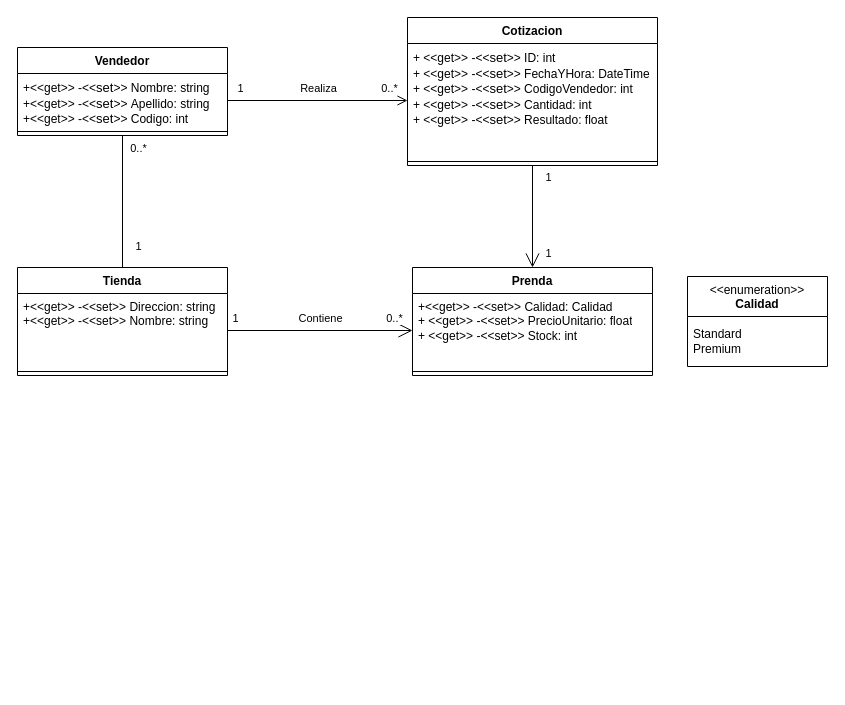
Above: Diagramas/DiagramaModelo.drawio in santi9865/Tanodi-DesafioFinal (draw.io), before the change. Source tidied: cells renumbered, new cells numbered last; positions are measured from the earlier drawing's top-left corner, leaving out a move shared by most shapes. Both pictures are drawn from the tidied source at 100%, with x=0, y=0 at pixel (17, 17).
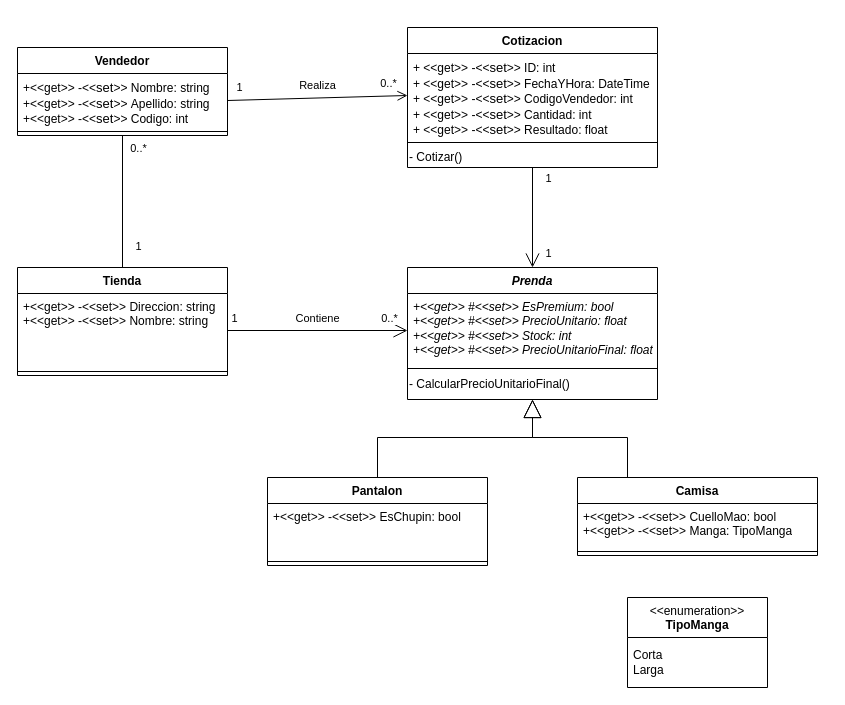
The same page after the edit.

Commit message:
Actualizado el diagrama a Parte C

The edit, as a diff of the source:
```diff
@@
     <mxCell id="6" value="Cotizacion" style="swimlane;fontStyle=1;align=center;verticalAlign=top;horizontal=1;startSize=26;whiteSpace=wrap;html=1;" parent="1" vertex="1">
-      <mxGeometry x="390" width="250" height="148" as="geometry" />
+      <mxGeometry x="390" y="10" width="250" height="140" as="geometry" />
     </mxCell>
     <mxCell id="7" value="+ &amp;lt;&amp;lt;get&amp;gt;&amp;gt;&amp;nbsp;-&amp;lt;&amp;lt;&lt;span style=&quot;background-color: transparent; font-family: inherit; font-style: inherit; font-variant: inherit; font-weight: inherit; color: var(--highlight-keyword); margin: 0px; padding: 0px; border: 0px; font-stretch: inherit; line-height: inherit; font-optical-sizing: inherit; font-kerning: inherit; font-feature-settings: inherit; font-variation-settings: inherit; font-size: 13px; vertical-align: baseline; box-sizing: inherit;&quot; class=&quot;hljs-keyword&quot;&gt;set&lt;/span&gt;&lt;span style=&quot;background-color: transparent; font-family: inherit; font-size: var(--_pr-code-fs); font-style: inherit; font-variant-ligatures: inherit; font-variant-caps: inherit; font-weight: inherit; color: var(--highlight-color);&quot;&gt;&amp;gt;&amp;gt;&lt;/span&gt;&lt;span style=&quot;background-color: initial;&quot;&gt;&amp;nbsp;ID: int&lt;/span&gt;&lt;br&gt;+ &amp;lt;&amp;lt;get&amp;gt;&amp;gt;&amp;nbsp;-&amp;lt;&amp;lt;&lt;span style=&quot;background-color: transparent; font-family: inherit; font-style: inherit; font-variant: inherit; font-weight: inherit; color: var(--highlight-keyword); margin: 0px; padding: 0px; border: 0px; font-stretch: inherit; line-height: inherit; font-optical-sizing: inherit; font-kerning: inherit; font-feature-settings: inherit; font-variation-settings: inherit; font-size: 13px; vertical-align: baseline; box-sizing: inherit;&quot; class=&quot;hljs-keyword&quot;&gt;set&lt;/span&gt;&lt;span style=&quot;background-color: transparent; font-family: inherit; font-size: var(--_pr-code-fs); font-style: inherit; font-variant-ligatures: inherit; font-variant-caps: inherit; font-weight: inherit; color: var(--highlight-color);&quot;&gt;&amp;gt;&amp;gt;&lt;/span&gt;&lt;span style=&quot;background-color: initial;&quot;&gt;&amp;nbsp;FechaYHora: DateTime&lt;/span&gt;&lt;br&gt;+ &amp;lt;&amp;lt;get&amp;gt;&amp;gt;&amp;nbsp;-&amp;lt;&amp;lt;&lt;span style=&quot;background-color: transparent; font-family: inherit; font-style: inherit; font-variant: inherit; font-weight: inherit; color: var(--highlight-keyword); margin: 0px; padding: 0px; border: 0px; font-stretch: inherit; line-height: inherit; font-optical-sizing: inherit; font-kerning: inherit; font-feature-settings: inherit; font-variation-settings: inherit; font-size: 13px; vertical-align: baseline; box-sizing: inherit;&quot; class=&quot;hljs-keyword&quot;&gt;set&lt;/span&gt;&lt;span style=&quot;background-color: transparent; font-family: inherit; font-size: var(--_pr-code-fs); font-style: inherit; font-variant-ligatures: inherit; font-variant-caps: inherit; font-weight: inherit; color: var(--highlight-color);&quot;&gt;&amp;gt;&amp;gt;&lt;/span&gt;&lt;span style=&quot;background-color: initial;&quot;&gt;&amp;nbsp;CodigoVendedor: int&lt;/span&gt;&lt;br&gt;+ &amp;lt;&amp;lt;get&amp;gt;&amp;gt;&amp;nbsp;-&amp;lt;&amp;lt;&lt;span style=&quot;background-color: transparent; font-family: inherit; font-style: inherit; font-variant: inherit; font-weight: inherit; color: var(--highlight-keyword); margin: 0px; padding: 0px; border: 0px; font-stretch: inherit; line-height: inherit; font-optical-sizing: inherit; font-kerning: inherit; font-feature-settings: inherit; font-variation-settings: inherit; font-size: 13px; vertical-align: baseline; box-sizing: inherit;&quot; class=&quot;hljs-keyword&quot;&gt;set&lt;/span&gt;&lt;span style=&quot;background-color: transparent; font-family: inherit; font-size: var(--_pr-code-fs); font-style: inherit; font-variant-ligatures: inherit; font-variant-caps: inherit; font-weight: inherit; color: var(--highlight-color);&quot;&gt;&amp;gt;&amp;gt;&amp;nbsp;&lt;/span&gt;&lt;span style=&quot;background-color: initial;&quot;&gt;Cantidad: int&lt;/span&gt;&lt;br&gt;+ &amp;lt;&amp;lt;get&amp;gt;&amp;gt; -&amp;lt;&amp;lt;&lt;span style=&quot;background-color: transparent; font-family: inherit; font-style: inherit; font-variant: inherit; font-weight: inherit; color: var(--highlight-keyword); margin: 0px; padding: 0px; border: 0px; font-stretch: inherit; line-height: inherit; font-optical-sizing: inherit; font-kerning: inherit; font-feature-settings: inherit; font-variation-settings: inherit; font-size: 13px; vertical-align: baseline; box-sizing: inherit;&quot; class=&quot;hljs-keyword&quot;&gt;set&lt;/span&gt;&lt;span style=&quot;background-color: transparent; font-family: inherit; font-size: var(--_pr-code-fs); font-style: inherit; font-variant-ligatures: inherit; font-variant-caps: inherit; font-weight: inherit; color: var(--highlight-color);&quot;&gt;&amp;gt;&amp;gt;&amp;nbsp;&lt;/span&gt;&lt;span style=&quot;background-color: initial;&quot;&gt;Resultado: float&lt;/span&gt;" style="text;strokeColor=none;fillColor=none;align=left;verticalAlign=top;spacingLeft=4;spacingRight=4;overflow=hidden;points=[[0,0.5],[1,0.5]];portConstraint=eastwest;whiteSpace=wrap;html=1;" parent="6" vertex="1">
-      <mxGeometry y="26" width="250" height="114" as="geometry" />
+      <mxGeometry y="26" width="250" height="84" as="geometry" />
     </mxCell>
     <mxCell id="8" style="line;strokeWidth=1;fillColor=none;align=left;verticalAlign=middle;spacingTop=-1;spacingLeft=3;spacingRight=3;labelPosition=right;strokeColor=inherit;" parent="6" vertex="1">
-      <mxGeometry y="140" width="250" height="8" as="geometry" />
+      <mxGeometry y="110" width="250" height="10" as="geometry" />
     </mxCell>
+    <mxCell id="31" value="- Cotizar()" style="text;html=1;align=left;verticalAlign=middle;strokeColor=none;fillColor=none;" parent="6" vertex="1">
+      <mxGeometry y="120" width="250" height="20" as="geometry" />
+    </mxCell>
@@
-    <mxCell id="16" value="Prenda" style="swimlane;fontStyle=1;align=center;verticalAlign=top;horizontal=1;startSize=26;whiteSpace=wrap;html=1;" parent="1" vertex="1">
-      <mxGeometry x="395" y="250" width="240" height="108" as="geometry" />
+    <mxCell id="16" value="&lt;i&gt;Prenda&lt;/i&gt;" style="swimlane;fontStyle=1;align=center;verticalAlign=top;horizontal=1;startSize=26;whiteSpace=wrap;html=1;" parent="1" vertex="1">
+      <mxGeometry x="390" y="250" width="250" height="132" as="geometry" />
     </mxCell>
-    <mxCell id="17" value="+&amp;lt;&amp;lt;get&amp;gt;&amp;gt; -&amp;lt;&amp;lt;set&amp;gt;&amp;gt; Calidad: Calidad&lt;br&gt;+ &amp;lt;&amp;lt;get&amp;gt;&amp;gt; -&amp;lt;&amp;lt;set&amp;gt;&amp;gt; PrecioUnitario: float&lt;br&gt;+ &amp;lt;&amp;lt;get&amp;gt;&amp;gt; -&amp;lt;&amp;lt;set&amp;gt;&amp;gt; Stock: int" style="text;strokeColor=none;fillColor=none;align=left;verticalAlign=top;spacingLeft=4;spacingRight=4;overflow=hidden;points=[[0,0.5],[1,0.5]];portConstraint=eastwest;whiteSpace=wrap;html=1;" parent="16" vertex="1">
-      <mxGeometry y="26" width="240" height="74" as="geometry" />
+    <mxCell id="17" value="&lt;i&gt;+&amp;lt;&amp;lt;get&amp;gt;&amp;gt; #&amp;lt;&amp;lt;set&amp;gt;&amp;gt; EsPremium: bool&lt;br&gt;+&amp;lt;&amp;lt;get&amp;gt;&amp;gt; #&amp;lt;&amp;lt;set&amp;gt;&amp;gt; PrecioUnitario: float&lt;br&gt;+&amp;lt;&amp;lt;get&amp;gt;&amp;gt; #&amp;lt;&amp;lt;set&amp;gt;&amp;gt; Stock: int&lt;br&gt;+&amp;lt;&amp;lt;get&amp;gt;&amp;gt; #&amp;lt;&amp;lt;set&amp;gt;&amp;gt; PrecioUnitarioFinal: float&lt;br&gt;&lt;/i&gt;" style="text;strokeColor=none;fillColor=none;align=left;verticalAlign=top;spacingLeft=4;spacingRight=4;overflow=hidden;points=[[0,0.5],[1,0.5]];portConstraint=eastwest;whiteSpace=wrap;html=1;" parent="16" vertex="1">
+      <mxGeometry y="26" width="250" height="74" as="geometry" />
     </mxCell>
     <mxCell id="18" style="line;strokeWidth=1;fillColor=none;align=left;verticalAlign=middle;spacingTop=-1;spacingLeft=3;spacingRight=3;labelPosition=right;strokeColor=inherit;" parent="16" vertex="1">
-      <mxGeometry y="100" width="240" height="8" as="geometry" />
+      <mxGeometry y="100" width="250" height="2" as="geometry" />
     </mxCell>
+    <mxCell id="32" value="- CalcularPrecioUnitarioFinal()" style="text;html=1;align=left;verticalAlign=middle;strokeColor=none;fillColor=none;" parent="16" vertex="1">
+      <mxGeometry y="102" width="250" height="30" as="geometry" />
+    </mxCell>
@@
-    <mxCell id="29" value="&amp;lt;&amp;lt;enumeration&amp;gt;&amp;gt;&lt;br&gt;&lt;b&gt;Calidad&lt;/b&gt;" style="swimlane;fontStyle=0;align=center;verticalAlign=top;horizontal=1;startSize=40;html=1;whiteSpace=wrap;" parent="1" vertex="1">
-      <mxGeometry x="670" y="259" width="140" height="90" as="geometry" />
-    </mxCell>
-    <mxCell id="30" value="Standard&lt;br&gt;Premium" style="text;html=1;strokeColor=none;fillColor=none;align=left;verticalAlign=middle;spacingLeft=4;spacingRight=4;overflow=hidden;whiteSpace=wrap;" parent="29" vertex="1">
-      <mxGeometry y="40" width="140" height="50" as="geometry" />
-    </mxCell>
+    <mxCell id="33" style="endArrow=block;endSize=16;endFill=0;html=1;rounded=0;entryX=0.5;entryY=1;entryDx=0;entryDy=0;exitX=0.5;exitY=0;exitDx=0;exitDy=0;" parent="1" edge="1" source="34" target="16">
+      <mxGeometry relative="1" as="geometry">
+        <Array as="points">
+          <mxPoint x="360" y="420" />
+          <mxPoint x="515" y="420" />
+        </Array>
+      </mxGeometry>
+    </mxCell>
+    <mxCell id="34" value="Pantalon" style="swimlane;fontStyle=1;align=center;verticalAlign=top;horizontal=1;startSize=26;whiteSpace=wrap;html=1;" parent="1" vertex="1">
+      <mxGeometry x="250" y="460" width="220" height="88" as="geometry" />
+    </mxCell>
+    <mxCell id="35" value="+&amp;lt;&amp;lt;get&amp;gt;&amp;gt; -&amp;lt;&amp;lt;set&amp;gt;&amp;gt; EsChupin: bool" style="text;strokeColor=none;fillColor=none;align=left;verticalAlign=top;spacingLeft=4;spacingRight=4;overflow=hidden;whiteSpace=wrap;html=1;" parent="34" vertex="1">
+      <mxGeometry y="26" width="220" height="54" as="geometry" />
+    </mxCell>
+    <mxCell id="36" style="line;strokeWidth=1;fillColor=none;align=left;verticalAlign=middle;spacingTop=-1;spacingLeft=3;spacingRight=3;labelPosition=right;strokeColor=inherit;" parent="34" vertex="1">
+      <mxGeometry y="80" width="220" height="8" as="geometry" />
+    </mxCell>
+    <mxCell id="37" style="edgeStyle=orthogonalEdgeStyle;rounded=0;jettySize=auto;html=1;exitX=0.5;exitY=0;exitDx=0;exitDy=0;entryX=0.5;entryY=1;entryDx=0;entryDy=0;endArrow=block;endFill=0;endSize=16;" parent="1" edge="1" source="38" target="16">
+      <mxGeometry relative="1" as="geometry">
+        <Array as="points">
+          <mxPoint x="610" y="420" />
+          <mxPoint x="515" y="420" />
+        </Array>
+      </mxGeometry>
+    </mxCell>
+    <mxCell id="38" value="Camisa" style="swimlane;fontStyle=1;align=center;verticalAlign=top;horizontal=1;startSize=26;whiteSpace=wrap;html=1;" parent="1" vertex="1">
+      <mxGeometry x="560" y="460" width="240" height="78" as="geometry" />
+    </mxCell>
+    <mxCell id="39" value="+&amp;lt;&amp;lt;get&amp;gt;&amp;gt; -&amp;lt;&amp;lt;set&amp;gt;&amp;gt; CuelloMao: bool&lt;br&gt;+&amp;lt;&amp;lt;get&amp;gt;&amp;gt; -&amp;lt;&amp;lt;set&amp;gt;&amp;gt; Manga: TipoManga" style="text;strokeColor=none;fillColor=none;align=left;verticalAlign=top;spacingLeft=4;spacingRight=4;overflow=hidden;whiteSpace=wrap;html=1;" parent="38" vertex="1">
+      <mxGeometry y="26" width="240" height="44" as="geometry" />
+    </mxCell>
+    <mxCell id="40" style="line;strokeWidth=1;fillColor=none;align=left;verticalAlign=middle;spacingTop=-1;spacingLeft=3;spacingRight=3;labelPosition=right;strokeColor=inherit;" parent="38" vertex="1">
+      <mxGeometry y="70" width="240" height="8" as="geometry" />
+    </mxCell>
+    <mxCell id="41" value="&amp;lt;&amp;lt;enumeration&amp;gt;&amp;gt;&lt;br&gt;&lt;b&gt;TipoManga&lt;/b&gt;" style="swimlane;fontStyle=0;align=center;verticalAlign=top;horizontal=1;startSize=40;html=1;whiteSpace=wrap;" parent="1" vertex="1">
+      <mxGeometry x="610" y="580" width="140" height="90" as="geometry" />
+    </mxCell>
+    <mxCell id="42" value="Corta&lt;br&gt;Larga" style="text;html=1;strokeColor=none;fillColor=none;align=left;verticalAlign=middle;spacingLeft=4;spacingRight=4;overflow=hidden;whiteSpace=wrap;" parent="41" vertex="1">
+      <mxGeometry y="40" width="140" height="50" as="geometry" />
+    </mxCell>
```
